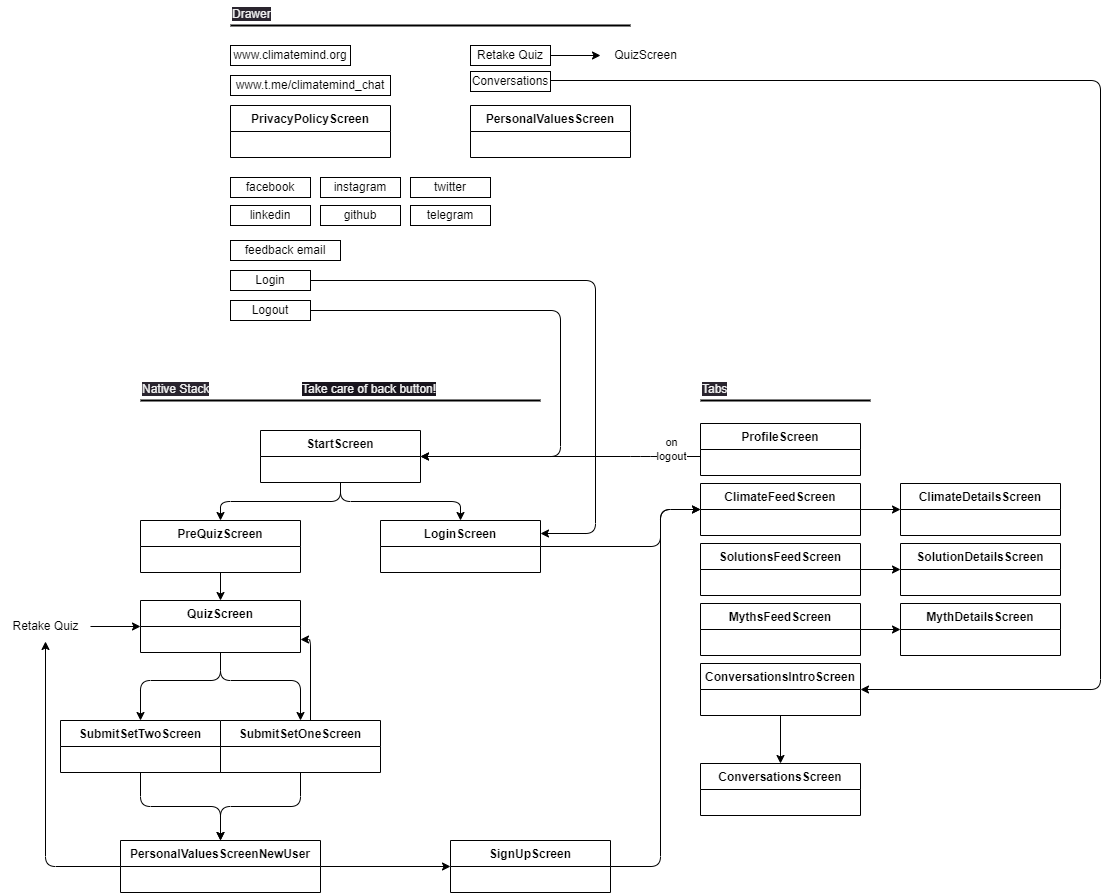
This is docs/ScreenState.drawio.png from ClimateMind/frontend-native-app, a draw.io export, as it was before one commit. Source tidied: cells renumbered, new cells last; positions are measured from the earlier drawing's top-left corner, leaving out a move shared by most shapes.
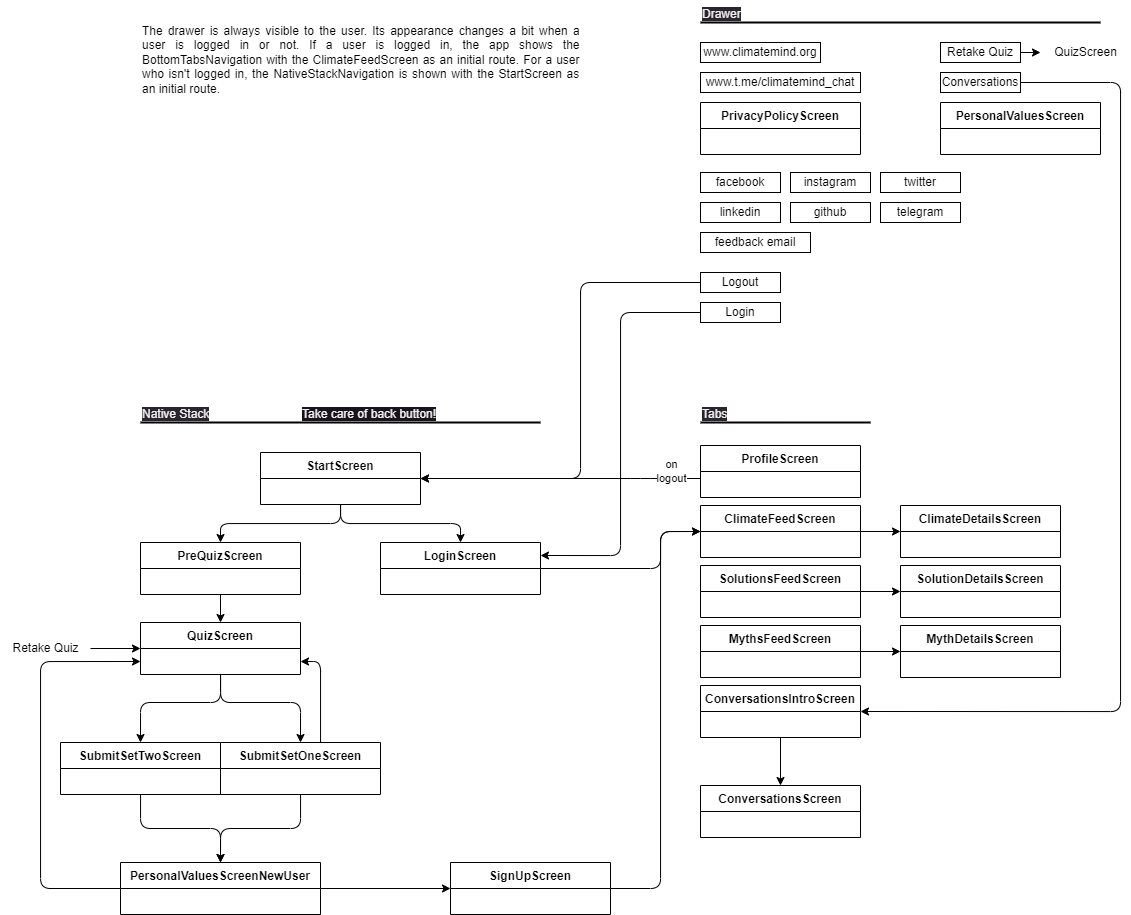
After the commit.

Change to the diagram source:
```diff
@@ -28,61 +28,55 @@
     <mxCell id="8" value="LoginScreen" style="swimlane;fontStyle=1;align=center;verticalAlign=top;horizontal=1;startSize=26;" parent="1" vertex="1">
       <mxGeometry x="380" y="520" width="160" height="52" as="geometry" />
     </mxCell>
-    <mxCell id="9" value="www.climatemind.org" style="whiteSpace=wrap;html=1;" parent="1" vertex="1">
-      <mxGeometry x="230" y="45" width="120" height="20" as="geometry" />
-    </mxCell>
     <mxCell id="10" value="www.t.me/climatemind_chat" style="whiteSpace=wrap;html=1;" parent="1" vertex="1">
-      <mxGeometry x="230" y="75" width="160" height="20" as="geometry" />
+      <mxGeometry x="700" y="50" width="160" height="20" as="geometry" />
     </mxCell>
     <mxCell id="11" value="PrivacyPolicyScreen" style="swimlane;fontStyle=1;align=center;verticalAlign=top;horizontal=1;startSize=26;" parent="1" vertex="1">
-      <mxGeometry x="230" y="105" width="160" height="52" as="geometry" />
+      <mxGeometry x="700" y="80" width="160" height="52" as="geometry" />
     </mxCell>
     <mxCell id="12" style="line;strokeWidth=2;html=1;" parent="1" vertex="1">
       <mxGeometry x="140" y="395" width="400" height="10" as="geometry" />
     </mxCell>
     <mxCell id="13" value="&lt;span style=&quot;color: rgb(240, 240, 240); font-family: Helvetica; font-size: 12px; font-style: normal; font-variant-ligatures: normal; font-variant-caps: normal; font-weight: 400; letter-spacing: normal; orphans: 2; text-align: center; text-indent: 0px; text-transform: none; widows: 2; word-spacing: 0px; -webkit-text-stroke-width: 0px; background-color: rgb(42, 37, 47); text-decoration-thickness: initial; text-decoration-style: initial; text-decoration-color: initial; float: none; display: inline !important;&quot;&gt;Native Stack&lt;/span&gt;" style="text;whiteSpace=wrap;html=1;" parent="1" vertex="1">
-      <mxGeometry x="140" y="375" width="100" height="20" as="geometry" />
+      <mxGeometry x="140" y="378" width="100" height="20" as="geometry" />
     </mxCell>
     <mxCell id="14" style="line;strokeWidth=2;html=1;" parent="1" vertex="1">
-      <mxGeometry x="230" y="20" width="400" height="10" as="geometry" />
+      <mxGeometry x="700" y="-5" width="400" height="10" as="geometry" />
     </mxCell>
     <mxCell id="15" value="&lt;span style=&quot;color: rgb(240, 240, 240); font-family: Helvetica; font-size: 12px; font-style: normal; font-variant-ligatures: normal; font-variant-caps: normal; font-weight: 400; letter-spacing: normal; orphans: 2; text-align: center; text-indent: 0px; text-transform: none; widows: 2; word-spacing: 0px; -webkit-text-stroke-width: 0px; background-color: rgb(42, 37, 47); text-decoration-thickness: initial; text-decoration-style: initial; text-decoration-color: initial; float: none; display: inline !important;&quot;&gt;Drawer&lt;/span&gt;" style="text;whiteSpace=wrap;html=1;" parent="1" vertex="1">
-      <mxGeometry x="230" width="100" height="20" as="geometry" />
+      <mxGeometry x="700" y="-22" width="100" height="20" as="geometry" />
     </mxCell>
     <mxCell id="16" value="facebook" style="whiteSpace=wrap;html=1;" parent="1" vertex="1">
-      <mxGeometry x="230" y="177" width="80" height="20" as="geometry" />
+      <mxGeometry x="700" y="150" width="80" height="20" as="geometry" />
     </mxCell>
     <mxCell id="17" value="instagram" style="whiteSpace=wrap;html=1;" parent="1" vertex="1">
-      <mxGeometry x="320" y="177" width="80" height="20" as="geometry" />
+      <mxGeometry x="790" y="150" width="80" height="20" as="geometry" />
     </mxCell>
     <mxCell id="18" value="twitter" style="whiteSpace=wrap;html=1;" parent="1" vertex="1">
-      <mxGeometry x="410" y="177" width="80" height="20" as="geometry" />
+      <mxGeometry x="880" y="150" width="80" height="20" as="geometry" />
     </mxCell>
     <mxCell id="19" value="github" style="whiteSpace=wrap;html=1;" parent="1" vertex="1">
-      <mxGeometry x="320" y="205" width="80" height="20" as="geometry" />
+      <mxGeometry x="790" y="180" width="80" height="20" as="geometry" />
     </mxCell>
     <mxCell id="20" value="telegram" style="whiteSpace=wrap;html=1;" parent="1" vertex="1">
-      <mxGeometry x="410" y="205" width="80" height="20" as="geometry" />
+      <mxGeometry x="880" y="180" width="80" height="20" as="geometry" />
     </mxCell>
     <mxCell id="21" value="linkedin" style="whiteSpace=wrap;html=1;" parent="1" vertex="1">
-      <mxGeometry x="230" y="205" width="80" height="20" as="geometry" />
+      <mxGeometry x="700" y="180" width="80" height="20" as="geometry" />
     </mxCell>
-    <mxCell id="22" style="edgeStyle=orthogonalEdgeStyle;html=1;entryX=1;entryY=0.25;entryDx=0;entryDy=0;" parent="1" edge="1" target="8">
-      <mxGeometry relative="1" as="geometry">
-        <mxPoint x="275" y="289.5" as="sourcePoint" />
-        <Array as="points">
-          <mxPoint x="265" y="290" />
-          <mxPoint x="265" y="280" />
-          <mxPoint x="595" y="280" />
-          <mxPoint x="595" y="533" />
-        </Array>
-      </mxGeometry>
-    </mxCell>
+    <mxCell id="66" style="edgeStyle=orthogonalEdgeStyle;html=1;entryX=1;entryY=0.25;entryDx=0;entryDy=0;" parent="1" edge="1" source="23" target="8">
+      <mxGeometry relative="1" as="geometry">
+        <Array as="points">
+          <mxPoint x="620" y="290" />
+          <mxPoint x="620" y="533" />
+        </Array>
+      </mxGeometry>
+    </mxCell>
     <mxCell id="23" value="Login" style="whiteSpace=wrap;html=1;" parent="1" vertex="1">
-      <mxGeometry x="230" y="270" width="80" height="20" as="geometry" />
+      <mxGeometry x="700" y="280" width="80" height="20" as="geometry" />
     </mxCell>
     <mxCell id="24" value="feedback email" style="whiteSpace=wrap;html=1;" parent="1" vertex="1">
-      <mxGeometry x="230" y="240" width="110" height="20" as="geometry" />
+      <mxGeometry x="700" y="210" width="110" height="20" as="geometry" />
     </mxCell>
     <mxCell id="25" style="edgeStyle=orthogonalEdgeStyle;html=1;entryX=0;entryY=0.5;entryDx=0;entryDy=0;" parent="1" edge="1" source="26" target="44">
       <mxGeometry relative="1" as="geometry" />
@@ -94,36 +88,25 @@
       <mxGeometry x="700" y="395" width="170" height="10" as="geometry" />
     </mxCell>
     <mxCell id="28" value="&lt;span style=&quot;color: rgb(240, 240, 240); font-family: Helvetica; font-size: 12px; font-style: normal; font-variant-ligatures: normal; font-variant-caps: normal; font-weight: 400; letter-spacing: normal; orphans: 2; text-align: center; text-indent: 0px; text-transform: none; widows: 2; word-spacing: 0px; -webkit-text-stroke-width: 0px; background-color: rgb(42, 37, 47); text-decoration-thickness: initial; text-decoration-style: initial; text-decoration-color: initial; float: none; display: inline !important;&quot;&gt;Tabs&lt;/span&gt;" style="text;whiteSpace=wrap;html=1;" parent="1" vertex="1">
-      <mxGeometry x="700" y="375" width="100" height="20" as="geometry" />
+      <mxGeometry x="700" y="378" width="100" height="20" as="geometry" />
     </mxCell>
     <mxCell id="29" style="edgeStyle=orthogonalEdgeStyle;html=1;" parent="1" edge="1" source="30" target="51">
       <mxGeometry relative="1" as="geometry" />
     </mxCell>
     <mxCell id="30" value="Retake Quiz" style="whiteSpace=wrap;html=1;" parent="1" vertex="1">
-      <mxGeometry x="470" y="45" width="80" height="20" as="geometry" />
+      <mxGeometry x="940" y="20" width="80" height="20" as="geometry" />
     </mxCell>
     <mxCell id="31" style="edgeStyle=orthogonalEdgeStyle;html=1;entryX=1;entryY=0.5;entryDx=0;entryDy=0;" parent="1" edge="1" source="32" target="40">
       <mxGeometry relative="1" as="geometry">
         <Array as="points">
-          <mxPoint x="1100" y="80" />
-          <mxPoint x="1100" y="689" />
+          <mxPoint x="1120" y="60" />
+          <mxPoint x="1120" y="689" />
         </Array>
       </mxGeometry>
     </mxCell>
     <mxCell id="32" value="Conversations" style="whiteSpace=wrap;html=1;" parent="1" vertex="1">
-      <mxGeometry x="470" y="71" width="80" height="20" as="geometry" />
+      <mxGeometry x="940" y="50" width="80" height="20" as="geometry" />
     </mxCell>
-    <mxCell id="33" style="edgeStyle=orthogonalEdgeStyle;html=1;entryX=1;entryY=0.5;entryDx=0;entryDy=0;" parent="1" edge="1" source="34" target="4">
-      <mxGeometry relative="1" as="geometry">
-        <Array as="points">
-          <mxPoint x="560" y="310" />
-          <mxPoint x="560" y="456" />
-        </Array>
-      </mxGeometry>
-    </mxCell>
-    <mxCell id="34" value="Logout" style="whiteSpace=wrap;html=1;" parent="1" vertex="1">
-      <mxGeometry x="230" y="300" width="80" height="20" as="geometry" />
-    </mxCell>
     <mxCell id="35" style="edgeStyle=orthogonalEdgeStyle;html=1;entryX=0;entryY=0.5;entryDx=0;entryDy=0;" parent="1" edge="1" source="36" target="45">
       <mxGeometry relative="1" as="geometry" />
     </mxCell>
@@ -190,7 +173,7 @@
       <mxGeometry x="140" y="600" width="160" height="52" as="geometry" />
     </mxCell>
     <mxCell id="51" value="QuizScreen" style="text;html=1;align=center;verticalAlign=middle;points=[];strokeColor=none;fillColor=none;" parent="1" vertex="1">
-      <mxGeometry x="600" y="40" width="90" height="30" as="geometry" />
+      <mxGeometry x="1040" y="15" width="90" height="30" as="geometry" />
     </mxCell>
     <mxCell id="52" style="edgeStyle=none;html=1;entryX=0;entryY=0.5;entryDx=0;entryDy=0;" parent="1" edge="1" source="53" target="50">
       <mxGeometry relative="1" as="geometry" />
@@ -201,7 +184,7 @@
     <mxCell id="54" style="edgeStyle=orthogonalEdgeStyle;html=1;entryX=1;entryY=0.75;entryDx=0;entryDy=0;" parent="1" edge="1" source="56" target="50">
       <mxGeometry relative="1" as="geometry">
         <Array as="points">
-          <mxPoint x="310" y="639" />
+          <mxPoint x="320" y="639" />
         </Array>
       </mxGeometry>
     </mxCell>
@@ -235,17 +218,39 @@
     <mxCell id="61" style="edgeStyle=none;html=1;entryX=0;entryY=0.5;entryDx=0;entryDy=0;" parent="1" edge="1" source="63" target="60">
       <mxGeometry relative="1" as="geometry" />
     </mxCell>
-    <mxCell id="62" style="edgeStyle=orthogonalEdgeStyle;html=1;" parent="1" edge="1" source="63" target="53">
-      <mxGeometry relative="1" as="geometry" />
+    <mxCell id="62" style="edgeStyle=orthogonalEdgeStyle;html=1;entryX=0;entryY=0.75;entryDx=0;entryDy=0;" parent="1" edge="1" source="63" target="50">
+      <mxGeometry relative="1" as="geometry">
+        <Array as="points">
+          <mxPoint x="40" y="866" />
+          <mxPoint x="40" y="639" />
+        </Array>
+      </mxGeometry>
     </mxCell>
     <mxCell id="63" value="PersonalValuesScreenNewUser" style="swimlane;fontStyle=1;align=center;verticalAlign=top;horizontal=1;startSize=26;" parent="1" vertex="1">
       <mxGeometry x="120" y="840" width="200" height="52" as="geometry" />
     </mxCell>
     <mxCell id="64" value="PersonalValuesScreen" style="swimlane;fontStyle=1;align=center;verticalAlign=top;horizontal=1;startSize=26;" parent="1" vertex="1">
-      <mxGeometry x="470" y="105" width="160" height="52" as="geometry" />
+      <mxGeometry x="940" y="80" width="160" height="52" as="geometry" />
     </mxCell>
     <mxCell id="65" value="&lt;span style=&quot;color: rgb(240, 240, 240); font-family: Helvetica; font-size: 12px; font-style: normal; font-variant-ligatures: normal; font-variant-caps: normal; font-weight: 400; letter-spacing: normal; orphans: 2; text-align: center; text-indent: 0px; text-transform: none; widows: 2; word-spacing: 0px; -webkit-text-stroke-width: 0px; background-color: rgb(24, 20, 29); text-decoration-thickness: initial; text-decoration-style: initial; text-decoration-color: initial; float: none; display: inline !important;&quot;&gt;Take care of back button!&lt;/span&gt;" style="text;whiteSpace=wrap;html=1;" parent="1" vertex="1">
-      <mxGeometry x="300" y="375" width="170" height="25" as="geometry" />
+      <mxGeometry x="300" y="378" width="170" height="25" as="geometry" />
     </mxCell>
+    <mxCell id="67" value="&lt;div style=&quot;text-align: justify;&quot;&gt;&lt;span style=&quot;text-align: center;&quot;&gt;The drawer is always visible to the user. Its appearance changes a bit when a user is logged in or not. If a user is logged in, the app shows the BottomTabsNavigation with the ClimateFeedScreen as an initial route. For a user who isn't logged in, the NativeStackNavigation is shown with the StartScreen as an initial route.&lt;/span&gt;&lt;/div&gt;" style="text;whiteSpace=wrap;html=1;" parent="1" vertex="1">
+      <mxGeometry x="140" y="-5" width="440" height="90" as="geometry" />
+    </mxCell>
+    <mxCell id="33" style="edgeStyle=orthogonalEdgeStyle;html=1;entryX=1;entryY=0.5;entryDx=0;entryDy=0;" parent="1" edge="1" source="34" target="4">
+      <mxGeometry relative="1" as="geometry">
+        <Array as="points">
+          <mxPoint x="580" y="260" />
+          <mxPoint x="580" y="456" />
+        </Array>
+      </mxGeometry>
+    </mxCell>
+    <mxCell id="34" value="Logout" style="whiteSpace=wrap;html=1;" parent="1" vertex="1">
+      <mxGeometry x="700" y="250" width="80" height="20" as="geometry" />
+    </mxCell>
+    <mxCell id="9" value="www.climatemind.org" style="whiteSpace=wrap;html=1;" parent="1" vertex="1">
+      <mxGeometry x="700" y="20" width="120" height="20" as="geometry" />
+    </mxCell>
   </root>
 </mxGraphModel>
```
